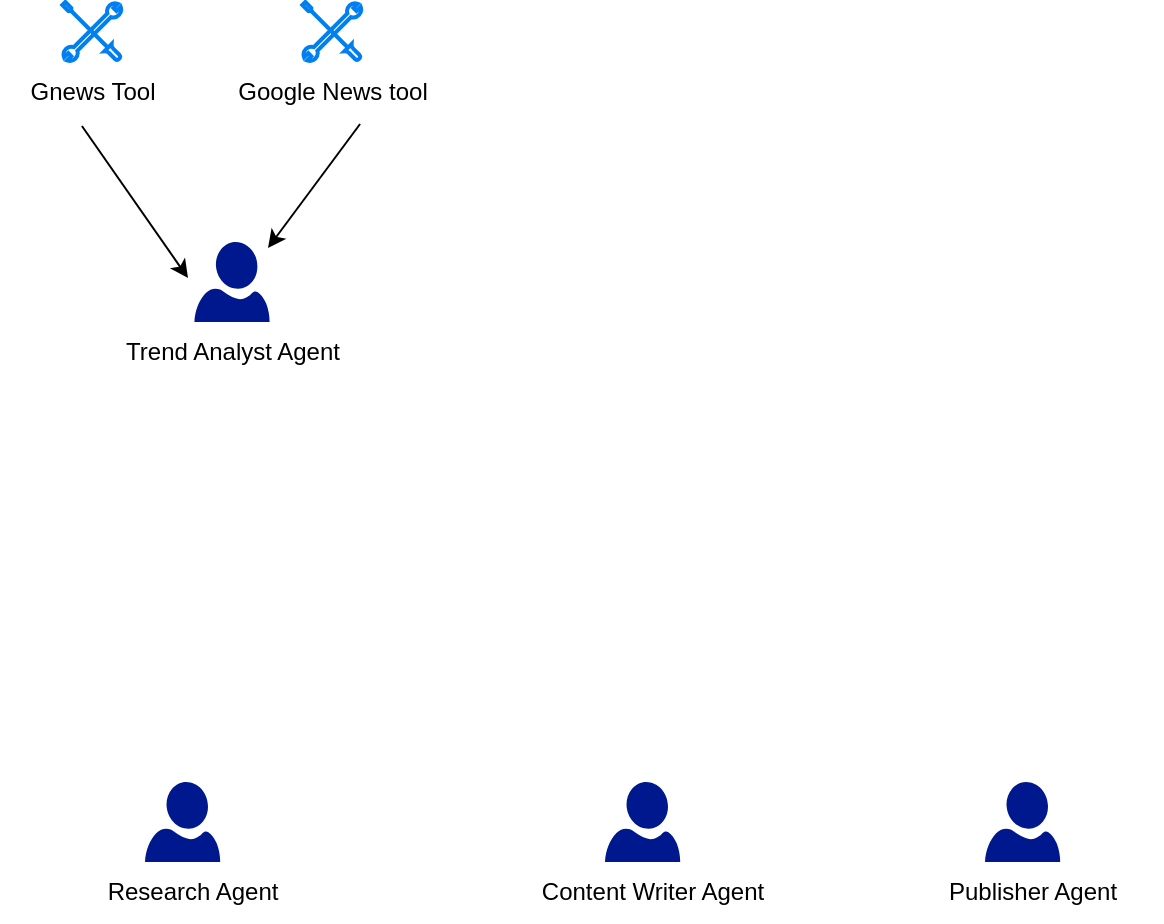
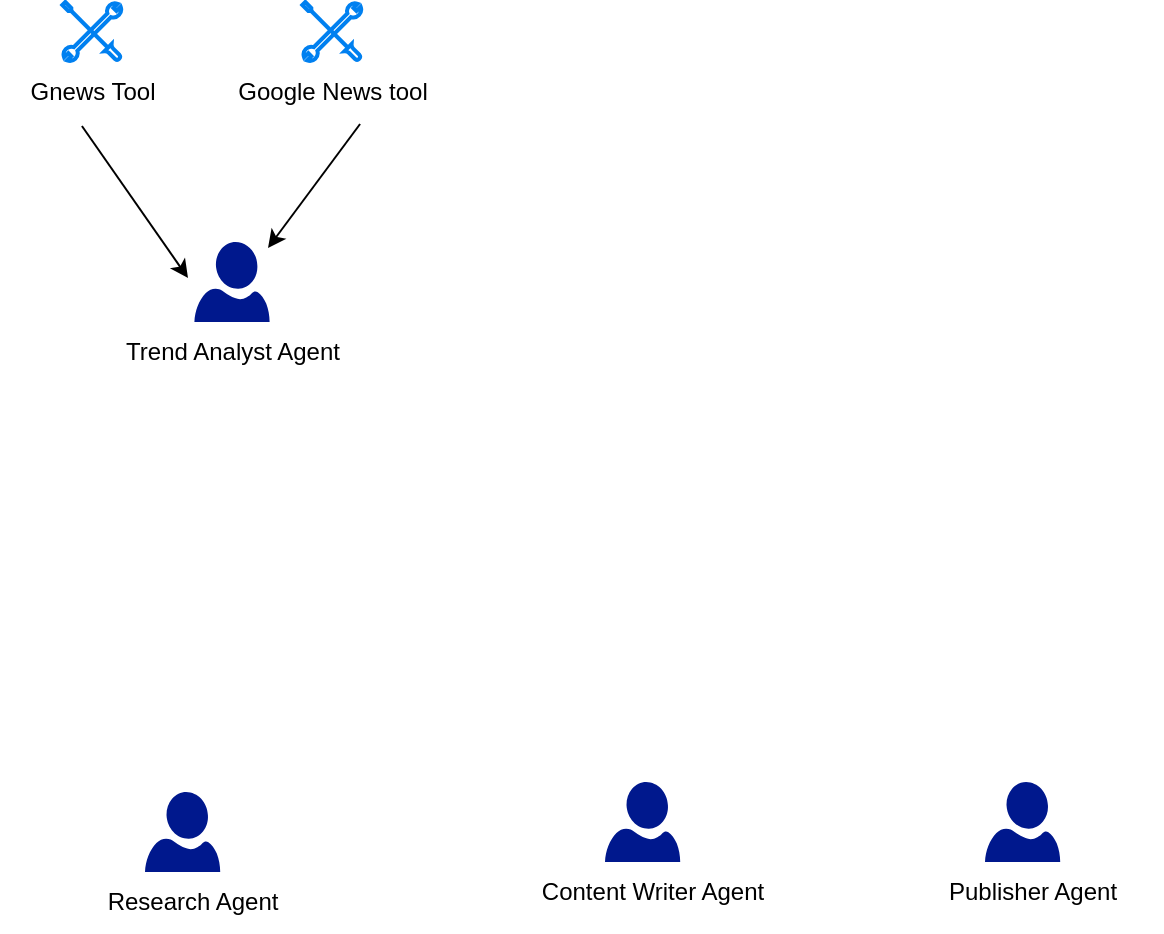
- <mxfile host="Electron" modified="2026-06-02T08:59:52.807Z" agent="Mozilla/5.0 (Windows NT 10.0; Win64; x64) AppleWebKit/537.36 (KHTML, like Gecko) draw.io/24.6.1 Chrome/124.0.6367.207 Electron/30.0.6 Safari/537.36" etag="aorXyW32i_2pW78qtVZ9" version="24.6.1" type="device">
+ <mxfile host="Electron" modified="2026-06-02T13:31:43.337Z" agent="Mozilla/5.0 (Windows NT 10.0; Win64; x64) AppleWebKit/537.36 (KHTML, like Gecko) draw.io/24.6.1 Chrome/124.0.6367.207 Electron/30.0.6 Safari/537.36" etag="JoUZ3GRDLpp_SxgXRQBp" version="24.6.1" type="device">
  <diagram name="Page-1" id="LNmN7VCRDfLvI4o1ZVcc">
    <mxGraphModel dx="963" dy="626" grid="1" gridSize="10" guides="1" tooltips="1" connect="1" arrows="1" fold="1" page="1" pageScale="1" pageWidth="850" pageHeight="1100" math="0" shadow="0">
      <root>
        <mxCell id="0" />
        <mxCell id="1" parent="0" />
        <mxCell id="o0MHIYlyZVm12CJtSH9o-3" value="" style="group" parent="1" vertex="1" connectable="0">
          <mxGeometry x="80" y="230" width="130" height="80" as="geometry" />
        </mxCell>
        <mxCell id="o0MHIYlyZVm12CJtSH9o-1" value="" style="sketch=0;aspect=fixed;pointerEvents=1;shadow=0;dashed=0;html=1;strokeColor=none;labelPosition=center;verticalLabelPosition=bottom;verticalAlign=top;align=center;fillColor=#00188D;shape=mxgraph.azure.user" parent="o0MHIYlyZVm12CJtSH9o-3" vertex="1">
          <mxGeometry x="46.2" y="10" width="37.6" height="40" as="geometry" />
        </mxCell>
        <mxCell id="o0MHIYlyZVm12CJtSH9o-2" value="Trend Analyst Agent" style="text;html=1;align=center;verticalAlign=middle;resizable=0;points=[];autosize=1;strokeColor=none;fillColor=none;" parent="o0MHIYlyZVm12CJtSH9o-3" vertex="1">
          <mxGeometry y="50" width="130" height="30" as="geometry" />
        </mxCell>
        <mxCell id="o0MHIYlyZVm12CJtSH9o-4" value="" style="group" parent="1" vertex="1" connectable="0">
          <mxGeometry x="480" y="500" width="130" height="80" as="geometry" />
        </mxCell>
        <mxCell id="o0MHIYlyZVm12CJtSH9o-5" value="" style="sketch=0;aspect=fixed;pointerEvents=1;shadow=0;dashed=0;html=1;strokeColor=none;labelPosition=center;verticalLabelPosition=bottom;verticalAlign=top;align=center;fillColor=#00188D;shape=mxgraph.azure.user" parent="o0MHIYlyZVm12CJtSH9o-4" vertex="1">
          <mxGeometry x="41.5" y="10" width="37.6" height="40" as="geometry" />
        </mxCell>
        <mxCell id="o0MHIYlyZVm12CJtSH9o-6" value="Publisher Agent" style="text;html=1;align=center;verticalAlign=middle;resizable=0;points=[];autosize=1;strokeColor=none;fillColor=none;" parent="o0MHIYlyZVm12CJtSH9o-4" vertex="1">
          <mxGeometry x="10" y="50" width="110" height="30" as="geometry" />
        </mxCell>
        <mxCell id="o0MHIYlyZVm12CJtSH9o-7" value="" style="group" parent="1" vertex="1" connectable="0">
          <mxGeometry x="60" y="500" width="130" height="80" as="geometry" />
        </mxCell>
        <mxCell id="o0MHIYlyZVm12CJtSH9o-8" value="" style="sketch=0;aspect=fixed;pointerEvents=1;shadow=0;dashed=0;html=1;strokeColor=none;labelPosition=center;verticalLabelPosition=bottom;verticalAlign=top;align=center;fillColor=#00188D;shape=mxgraph.azure.user" parent="o0MHIYlyZVm12CJtSH9o-7" vertex="1">
-           <mxGeometry x="41.5" y="10" width="37.6" height="40" as="geometry" />
+           <mxGeometry x="41.5" y="15" width="37.6" height="40" as="geometry" />
        </mxCell>
        <mxCell id="o0MHIYlyZVm12CJtSH9o-9" value="Research Agent" style="text;html=1;align=center;verticalAlign=middle;resizable=0;points=[];autosize=1;strokeColor=none;fillColor=none;" parent="o0MHIYlyZVm12CJtSH9o-7" vertex="1">
-           <mxGeometry x="10" y="50" width="110" height="30" as="geometry" />
+           <mxGeometry x="10" y="55" width="110" height="30" as="geometry" />
        </mxCell>
        <mxCell id="o0MHIYlyZVm12CJtSH9o-11" value="" style="group" parent="1" vertex="1" connectable="0">
          <mxGeometry x="290" y="500" width="130" height="80" as="geometry" />
        </mxCell>
        <mxCell id="o0MHIYlyZVm12CJtSH9o-12" value="" style="sketch=0;aspect=fixed;pointerEvents=1;shadow=0;dashed=0;html=1;strokeColor=none;labelPosition=center;verticalLabelPosition=bottom;verticalAlign=top;align=center;fillColor=#00188D;shape=mxgraph.azure.user" parent="o0MHIYlyZVm12CJtSH9o-11" vertex="1">
          <mxGeometry x="41.5" y="10" width="37.6" height="40" as="geometry" />
        </mxCell>
        <mxCell id="o0MHIYlyZVm12CJtSH9o-13" value="Content Writer Agent" style="text;html=1;align=center;verticalAlign=middle;resizable=0;points=[];autosize=1;strokeColor=none;fillColor=none;" parent="o0MHIYlyZVm12CJtSH9o-11" vertex="1">
          <mxGeometry y="50" width="130" height="30" as="geometry" />
        </mxCell>
        <mxCell id="-Jlkb6M4atfZHXnwKHYQ-3" value="" style="group" vertex="1" connectable="0" parent="1">
          <mxGeometry x="150" y="120" width="105" height="59.69999999999999" as="geometry" />
        </mxCell>
        <mxCell id="-Jlkb6M4atfZHXnwKHYQ-1" value="" style="html=1;verticalLabelPosition=bottom;align=center;labelBackgroundColor=#ffffff;verticalAlign=top;strokeWidth=2;strokeColor=#0080F0;shadow=0;dashed=0;shape=mxgraph.ios7.icons.tools;pointerEvents=1" vertex="1" parent="-Jlkb6M4atfZHXnwKHYQ-3">
          <mxGeometry x="30.150000000000006" width="29.7" height="29.7" as="geometry" />
        </mxCell>
        <mxCell id="-Jlkb6M4atfZHXnwKHYQ-2" value="Google News tool" style="text;html=1;align=center;verticalAlign=middle;resizable=0;points=[];autosize=1;strokeColor=none;fillColor=none;" vertex="1" parent="-Jlkb6M4atfZHXnwKHYQ-3">
          <mxGeometry x="-15" y="29.69999999999999" width="120" height="30" as="geometry" />
        </mxCell>
        <mxCell id="-Jlkb6M4atfZHXnwKHYQ-4" value="" style="group" vertex="1" connectable="0" parent="1">
          <mxGeometry x="29.999999999999993" y="120" width="90" height="59.69999999999999" as="geometry" />
        </mxCell>
        <mxCell id="-Jlkb6M4atfZHXnwKHYQ-5" value="" style="html=1;verticalLabelPosition=bottom;align=center;labelBackgroundColor=#ffffff;verticalAlign=top;strokeWidth=2;strokeColor=#0080F0;shadow=0;dashed=0;shape=mxgraph.ios7.icons.tools;pointerEvents=1" vertex="1" parent="-Jlkb6M4atfZHXnwKHYQ-4">
          <mxGeometry x="30.150000000000006" width="29.7" height="29.7" as="geometry" />
        </mxCell>
        <mxCell id="-Jlkb6M4atfZHXnwKHYQ-6" value="Gnews Tool" style="text;html=1;align=center;verticalAlign=middle;resizable=0;points=[];autosize=1;strokeColor=none;fillColor=none;" vertex="1" parent="-Jlkb6M4atfZHXnwKHYQ-4">
          <mxGeometry y="29.69999999999999" width="90" height="30" as="geometry" />
        </mxCell>
        <mxCell id="-Jlkb6M4atfZHXnwKHYQ-9" value="" style="endArrow=classic;html=1;rounded=0;exitX=0.444;exitY=1.077;exitDx=0;exitDy=0;exitPerimeter=0;entryX=-0.085;entryY=0.45;entryDx=0;entryDy=0;entryPerimeter=0;" edge="1" parent="1" source="-Jlkb6M4atfZHXnwKHYQ-6" target="o0MHIYlyZVm12CJtSH9o-1">
          <mxGeometry width="50" height="50" relative="1" as="geometry">
            <mxPoint x="510" y="280" as="sourcePoint" />
            <mxPoint x="450" y="300" as="targetPoint" />
          </mxGeometry>
        </mxCell>
        <mxCell id="-Jlkb6M4atfZHXnwKHYQ-10" value="" style="endArrow=classic;html=1;rounded=0;exitX=0.617;exitY=1.043;exitDx=0;exitDy=0;exitPerimeter=0;entryX=0.979;entryY=0.075;entryDx=0;entryDy=0;entryPerimeter=0;" edge="1" parent="1" source="-Jlkb6M4atfZHXnwKHYQ-2" target="o0MHIYlyZVm12CJtSH9o-1">
          <mxGeometry width="50" height="50" relative="1" as="geometry">
            <mxPoint x="80" y="192" as="sourcePoint" />
            <mxPoint x="143" y="258" as="targetPoint" />
          </mxGeometry>
        </mxCell>
      </root>
    </mxGraphModel>
  </diagram>
</mxfile>
